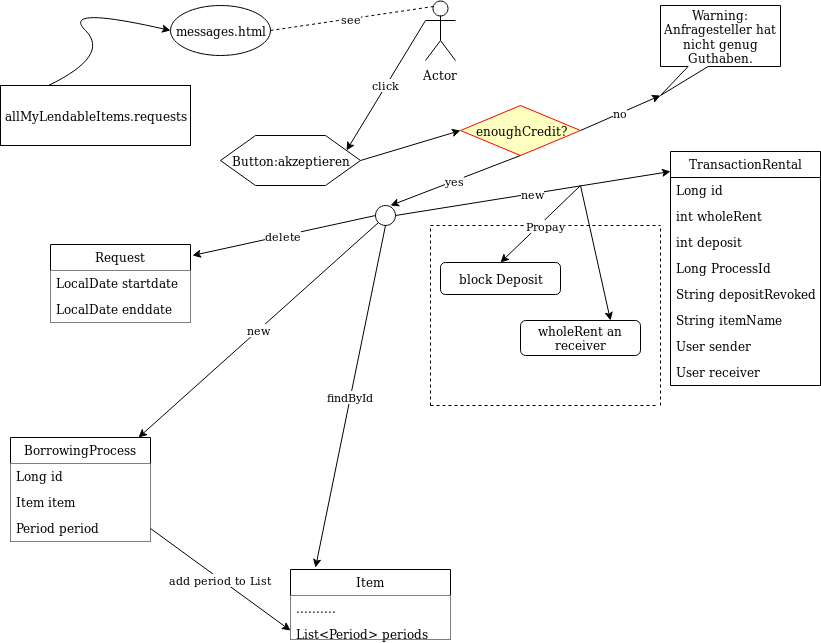
The draw.io diagram Diagram/acceptRequest.png in Jukre111/Propra-im-Team, before a commit. Source tidied: cells renumbered, new cells last; positions are measured from the earlier drawing's top-left corner, leaving out a move shared by most shapes.
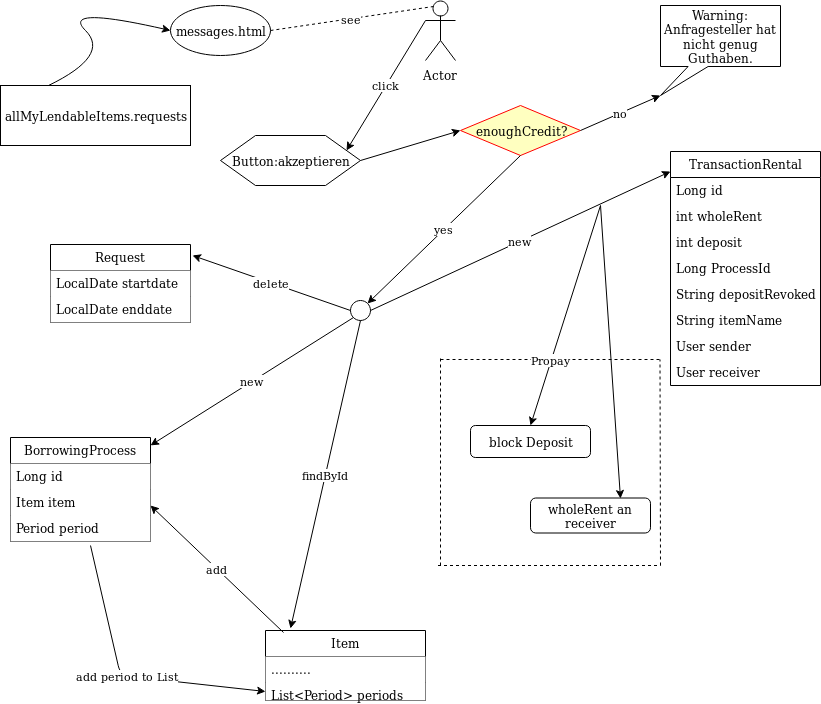
Later version of the same file.

What changed in the source:
```diff
@@ -29,13 +29,11 @@
     <mxCell id="10" style="endArrow=classic;html=1;exitX=1;exitY=0.5;exitDx=0;exitDy=0;entryX=0;entryY=0.5;entryDx=0;entryDy=0;" parent="1" edge="1" source="5" target="7">
       <mxGeometry relative="1" as="geometry" />
     </mxCell>
-    <mxCell id="11" value="yes" style="endArrow=classic;html=1;exitX=0.5;exitY=1;exitDx=0;exitDy=0;" parent="1" edge="1" source="7">
-      <mxGeometry relative="1" as="geometry">
-        <mxPoint x="390" y="205" as="targetPoint" />
-      </mxGeometry>
+    <mxCell id="11" value="yes" style="endArrow=classic;html=1;exitX=0.5;exitY=1;exitDx=0;exitDy=0;entryX=1;entryY=0;entryDx=0;entryDy=0;" parent="1" edge="1" source="7" target="12">
+      <mxGeometry relative="1" as="geometry" />
     </mxCell>
     <mxCell id="12" style="ellipse;whiteSpace=wrap;html=1;" parent="1" vertex="1">
-      <mxGeometry x="375" y="205" width="20" height="20" as="geometry" />
+      <mxGeometry x="350" y="300" width="20" height="20" as="geometry" />
     </mxCell>
     <mxCell id="13" value="BorrowingProcess" style="swimlane;fontStyle=0;horizontal=1;startSize=26;fillColor=#ffffff;strokeColor=#000000;" parent="1" vertex="1">
       <mxGeometry x="10" y="437" width="140" height="104" as="geometry" />
@@ -53,7 +51,7 @@
       <mxGeometry relative="1" as="geometry" />
     </mxCell>
     <mxCell id="18" value="Item" style="swimlane;fontStyle=0;horizontal=1;startSize=26;fillColor=#ffffff;" parent="1" vertex="1">
-      <mxGeometry x="290" y="569" width="160" height="70" as="geometry" />
+      <mxGeometry x="265" y="630" width="160" height="70" as="geometry" />
     </mxCell>
     <mxCell id="19" value=".........." style="text;strokeColor=none;fillColor=#ffffff;align=left;verticalAlign=top;spacingLeft=4;spacingRight=4;overflow=hidden;" parent="18" vertex="1">
       <mxGeometry y="26" width="160" height="26" as="geometry" />
@@ -64,8 +62,12 @@
     <mxCell id="21" value="findById" style="endArrow=classic;html=1;entryX=0.156;entryY=-0.029;entryDx=0;entryDy=0;entryPerimeter=0;exitX=0.5;exitY=1;exitDx=0;exitDy=0;" parent="1" edge="1" source="12" target="18">
       <mxGeometry relative="1" as="geometry" />
     </mxCell>
-    <mxCell id="22" value="add period to List" style="endArrow=classic;html=1;entryX=0;entryY=0.5;entryDx=0;entryDy=0;exitX=1;exitY=0.5;exitDx=0;exitDy=0;" parent="1" edge="1" source="16" target="20">
-      <mxGeometry relative="1" as="geometry" />
+    <mxCell id="22" value="add period to List" style="endArrow=classic;html=1;entryX=0;entryY=0.5;entryDx=0;entryDy=0;exitX=0.571;exitY=1.154;exitDx=0;exitDy=0;exitPerimeter=0;" parent="1" edge="1" source="16" target="20">
+      <mxGeometry relative="1" as="geometry">
+        <Array as="points">
+          <mxPoint x="120" y="675" />
+        </Array>
+      </mxGeometry>
     </mxCell>
     <mxCell id="23" value="Request" style="swimlane;fontStyle=0;horizontal=1;startSize=26;fillColor=#ffffff;" parent="1" vertex="1">
       <mxGeometry x="50" y="244" width="140" height="78" as="geometry" />
@@ -122,43 +124,48 @@
     </mxCell>
     <mxCell id="39" style="endArrow=classic;html=1;entryX=0.5;entryY=0;entryDx=0;entryDy=0;" parent="1" edge="1" target="40">
       <mxGeometry relative="1" as="geometry">
-        <mxPoint x="580" y="185" as="sourcePoint" />
+        <mxPoint x="600" y="205" as="sourcePoint" />
       </mxGeometry>
     </mxCell>
     <mxCell id="40" value="block Deposit" style="rounded=1;whiteSpace=wrap;html=1;" parent="1" vertex="1">
-      <mxGeometry x="440" y="262" width="120" height="32" as="geometry" />
+      <mxGeometry x="470" y="425" width="120" height="32" as="geometry" />
     </mxCell>
     <mxCell id="41" value="wholeRent an receiver" style="rounded=1;whiteSpace=wrap;html=1;" parent="1" vertex="1">
-      <mxGeometry x="520" y="320" width="120" height="35" as="geometry" />
+      <mxGeometry x="530" y="497.5" width="120" height="35" as="geometry" />
     </mxCell>
     <mxCell id="42" style="endArrow=classic;html=1;entryX=0.75;entryY=0;entryDx=0;entryDy=0;" parent="1" edge="1" target="41">
       <mxGeometry relative="1" as="geometry">
-        <mxPoint x="580" y="185" as="sourcePoint" />
+        <mxPoint x="600" y="205" as="sourcePoint" />
       </mxGeometry>
     </mxCell>
     <mxCell id="43" value="Propay" style="endArrow=none;dashed=1;html=1;" parent="1" edge="1">
       <mxGeometry relative="1" as="geometry">
-        <mxPoint x="430" y="225" as="sourcePoint" />
-        <mxPoint x="660" y="225" as="targetPoint" />
+        <mxPoint x="440" y="359" as="sourcePoint" />
+        <mxPoint x="660" y="359" as="targetPoint" />
       </mxGeometry>
     </mxCell>
     <mxCell id="44" style="endArrow=none;dashed=1;html=1;" parent="1" edge="1">
       <mxGeometry relative="1" as="geometry">
-        <mxPoint x="430" y="405" as="sourcePoint" />
-        <mxPoint x="430" y="225" as="targetPoint" />
+        <mxPoint x="440" y="565" as="sourcePoint" />
+        <mxPoint x="440" y="355" as="targetPoint" />
       </mxGeometry>
     </mxCell>
     <mxCell id="45" style="endArrow=none;dashed=1;html=1;" parent="1" edge="1">
       <mxGeometry relative="1" as="geometry">
-        <mxPoint x="430" y="405" as="sourcePoint" />
-        <mxPoint x="655" y="405" as="targetPoint" />
+        <mxPoint x="437.5" y="565" as="sourcePoint" />
+        <mxPoint x="660" y="565" as="targetPoint" />
       </mxGeometry>
     </mxCell>
     <mxCell id="46" style="endArrow=none;dashed=1;html=1;" parent="1" edge="1">
       <mxGeometry relative="1" as="geometry">
-        <mxPoint x="660" y="405" as="sourcePoint" />
-        <mxPoint x="660" y="225" as="targetPoint" />
+        <mxPoint x="660" y="565" as="sourcePoint" />
+        <mxPoint x="659.5" y="359" as="targetPoint" />
       </mxGeometry>
     </mxCell>
+    <mxCell id="47" value="add" style="endArrow=classic;html=1;exitX=0.113;exitY=0.029;exitDx=0;exitDy=0;exitPerimeter=0;" parent="1" edge="1" source="18">
+      <mxGeometry relative="1" as="geometry">
+        <mxPoint x="150" y="505" as="targetPoint" />
+      </mxGeometry>
+    </mxCell>
   </root>
 </mxGraphModel>
```
